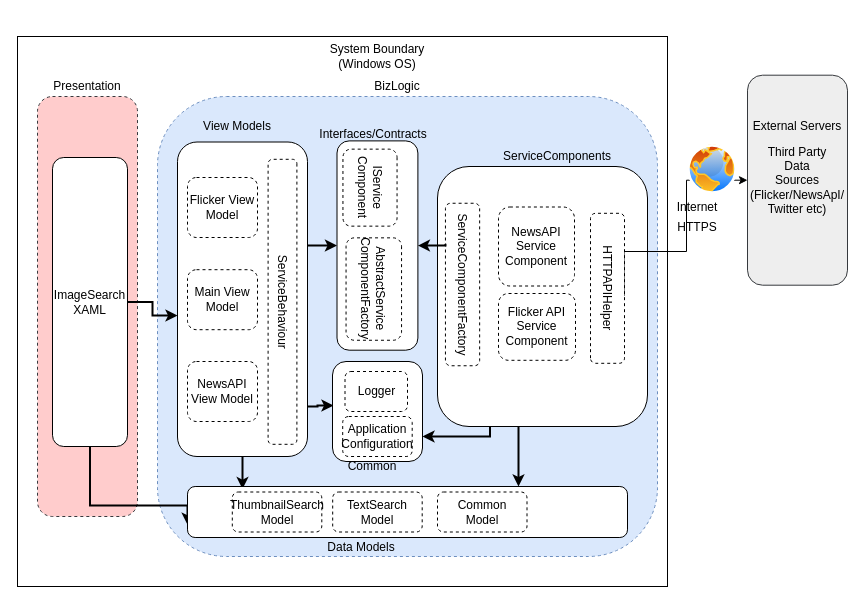
Above: Documents/Source/High level Design.drawio in RoshniVijay/SearchTool (draw.io), before the change. Source tidied: cells renumbered, new cells numbered last; positions are measured from the earlier drawing's top-left corner, leaving out a move shared by most shapes. Both pictures are drawn from the tidied source at 100%, with x=0, y=0 at pixel (17, 36).
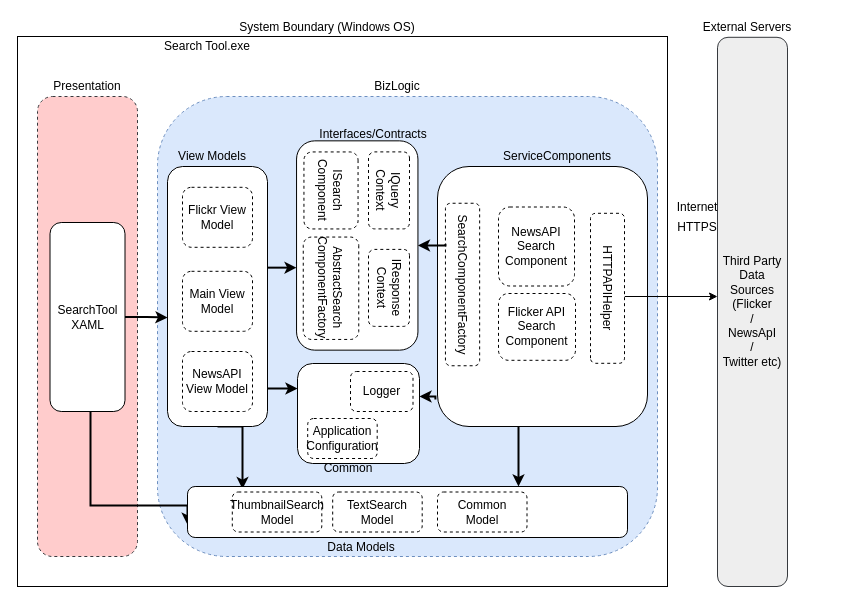
After the change.

Unchanged cells that the change refers to:
```xml
<mxCell id="18" style="rounded=1;whiteSpace=wrap;html=1;" parent="1" vertex="1">
  <mxGeometry x="420" y="130" width="210" height="260" as="geometry" />
</mxCell>
<mxCell id="28" value="&lt;span&gt;HTTPAPIHelper&lt;/span&gt;" style="rounded=1;whiteSpace=wrap;html=1;dashed=1;direction=west;rotation=90;" parent="1" vertex="1">
  <mxGeometry x="515" y="234.8" width="150" height="34" as="geometry" />
</mxCell>
```

What changed in the source:
```diff
@@
-    <mxCell id="2" value="Third Party &lt;br&gt;Data&lt;br&gt;Sources&lt;br&gt;(Flicker/NewsApI/&lt;br&gt;Twitter etc)" style="rounded=1;whiteSpace=wrap;html=1;fillColor=#eeeeee;strokeColor=#36393d;" parent="1" vertex="1">
-      <mxGeometry x="730" y="38.7" width="100" height="210" as="geometry" />
+    <mxCell id="2" value="Third Party &lt;br&gt;Data&lt;br&gt;Sources&lt;br&gt;(Flicker&lt;br&gt;/&lt;br&gt;NewsApI&lt;br&gt;/&lt;br&gt;Twitter etc)" style="rounded=1;whiteSpace=wrap;html=1;fillColor=#eeeeee;strokeColor=#36393d;" parent="1" vertex="1">
+      <mxGeometry x="700" y="0.8" width="70" height="549.2" as="geometry" />
     </mxCell>
@@
     <mxCell id="4" value="System Boundary (Windows OS)" style="text;html=1;strokeColor=none;fillColor=none;align=center;verticalAlign=middle;whiteSpace=wrap;rounded=0;" parent="1" vertex="1">
-      <mxGeometry x="310" y="10" width="100" height="20" as="geometry" />
+      <mxGeometry x="210" y="-19.2" width="200" height="20" as="geometry" />
     </mxCell>
@@
     <mxCell id="7" value="External Servers" style="text;html=1;strokeColor=none;fillColor=none;align=center;verticalAlign=middle;whiteSpace=wrap;rounded=0;" parent="1" vertex="1">
-      <mxGeometry x="730" y="80" width="100" height="20" as="geometry" />
+      <mxGeometry x="680" y="-19.2" width="100" height="20" as="geometry" />
     </mxCell>
     <mxCell id="8" style="rounded=1;whiteSpace=wrap;html=1;dashed=1;fillColor=#ffcccc;strokeColor=#36393d;" parent="1" vertex="1">
-      <mxGeometry x="20" y="60" width="100" height="420" as="geometry" />
+      <mxGeometry x="20" y="60" width="100" height="460" as="geometry" />
     </mxCell>
@@
-    <mxCell id="12" style="edgeStyle=orthogonalEdgeStyle;rounded=0;jettySize=auto;html=1;strokeWidth=2;entryX=0;entryY=0.552;entryDx=0;entryDy=0;entryPerimeter=0;" parent="1" edge="1" source="14" target="17">
+    <mxCell id="12" style="edgeStyle=orthogonalEdgeStyle;rounded=0;jettySize=auto;html=1;strokeWidth=2;entryX=0;entryY=0.581;entryDx=0;entryDy=0;entryPerimeter=0;exitX=1;exitY=0.5;exitDx=0;exitDy=0;" parent="1" edge="1" source="14" target="17">
       <mxGeometry relative="1" as="geometry" />
     </mxCell>
@@
-    <mxCell id="14" value="ImageSearch&lt;br&gt;XAML" style="rounded=1;whiteSpace=wrap;html=1;" parent="1" vertex="1">
-      <mxGeometry x="35" y="121" width="75" height="289" as="geometry" />
+    <mxCell id="14" value="SearchTool&lt;br&gt;XAML" style="rounded=1;whiteSpace=wrap;html=1;" parent="1" vertex="1">
+      <mxGeometry x="32.5" y="186" width="75" height="189" as="geometry" />
     </mxCell>
-    <mxCell id="15" style="edgeStyle=orthogonalEdgeStyle;rounded=0;jettySize=auto;html=1;strokeWidth=2;entryX=0.44;entryY=0.989;entryDx=0;entryDy=0;entryPerimeter=0;" parent="1" edge="1" source="17" target="20">
+    <mxCell id="15" style="edgeStyle=orthogonalEdgeStyle;rounded=0;jettySize=auto;html=1;strokeWidth=2;entryX=0.25;entryY=1;entryDx=0;entryDy=0;" parent="1" edge="1" source="17" target="20">
       <mxGeometry relative="1" as="geometry">
         <Array as="points">
-          <mxPoint x="300" y="370" />
-          <mxPoint x="300" y="369" />
+          <mxPoint x="260" y="352" />
+          <mxPoint x="260" y="352" />
         </Array>
       </mxGeometry>
     </mxCell>
@@
     <mxCell id="17" style="rounded=1;whiteSpace=wrap;html=1;" parent="1" vertex="1">
-      <mxGeometry x="160" y="105.5" width="130" height="314.5" as="geometry" />
+      <mxGeometry x="150" y="130" width="100" height="260" as="geometry" />
     </mxCell>
@@
     <mxCell id="20" style="rounded=1;whiteSpace=wrap;html=1;rotation=90;" parent="1" vertex="1">
-      <mxGeometry x="310" y="330" width="100" height="90" as="geometry" />
+      <mxGeometry x="291" y="316" width="100" height="122" as="geometry" />
     </mxCell>
-    <mxCell id="21" style="edgeStyle=orthogonalEdgeStyle;rounded=0;jettySize=auto;html=1;exitX=0.448;exitY=1;exitDx=0;exitDy=0;exitPerimeter=0;entryX=0;entryY=0.5;entryDx=0;entryDy=0;" parent="1" edge="1" source="28" target="2">
+    <mxCell id="21" style="edgeStyle=orthogonalEdgeStyle;rounded=0;jettySize=auto;html=1;exitX=0.448;exitY=1;exitDx=0;exitDy=0;exitPerimeter=0;" parent="1" edge="1" source="28">
       <mxGeometry relative="1" as="geometry">
+        <mxPoint x="700" y="260" as="targetPoint" />
         <Array as="points">
-          <mxPoint x="669" y="215" />
-          <mxPoint x="669" y="144" />
+          <mxPoint x="700" y="260" />
         </Array>
       </mxGeometry>
     </mxCell>
-    <mxCell id="22" style="perimeter=ellipsePerimeter;html=1;align=center;shadow=0;dashed=0;spacingTop=3;image;image=img/lib/active_directory/internet_globe.svg;" parent="1" vertex="1">
-      <mxGeometry x="670" y="108" width="50" height="50" as="geometry" />
-    </mxCell>
     <mxCell id="23" value="View Models" style="text;html=1;strokeColor=none;fillColor=none;align=center;verticalAlign=middle;whiteSpace=wrap;rounded=0;dashed=1;" parent="1" vertex="1">
-      <mxGeometry x="165" y="80" width="110" height="20" as="geometry" />
+      <mxGeometry x="140" y="110" width="110" height="20" as="geometry" />
     </mxCell>
-    <mxCell id="24" value="Flicker View Model" style="rounded=1;whiteSpace=wrap;html=1;dashed=1;" parent="1" vertex="1">
-      <mxGeometry x="170" y="141" width="70" height="60" as="geometry" />
+    <mxCell id="24" value="Flickr View Model" style="rounded=1;whiteSpace=wrap;html=1;dashed=1;" parent="1" vertex="1">
+      <mxGeometry x="165" y="150.8" width="70" height="60" as="geometry" />
     </mxCell>
     <mxCell id="25" value="Main View Model" style="rounded=1;whiteSpace=wrap;html=1;dashed=1;" parent="1" vertex="1">
-      <mxGeometry x="170" y="233.2" width="70" height="60" as="geometry" />
+      <mxGeometry x="165" y="234.8" width="70" height="60" as="geometry" />
     </mxCell>
     <mxCell id="26" value="&lt;span&gt;NewsAPI View Model&lt;/span&gt;" style="rounded=1;whiteSpace=wrap;html=1;dashed=1;" parent="1" vertex="1">
-      <mxGeometry x="170" y="325" width="70" height="60" as="geometry" />
+      <mxGeometry x="165" y="315" width="70" height="60" as="geometry" />
     </mxCell>
-    <mxCell id="27" value="&lt;span&gt;Flicker API Service Component&lt;/span&gt;" style="rounded=1;whiteSpace=wrap;html=1;dashed=1;" parent="1" vertex="1">
+    <mxCell id="27" value="&lt;span&gt;Flicker API Search Component&lt;/span&gt;" style="rounded=1;whiteSpace=wrap;html=1;dashed=1;" parent="1" vertex="1">
       <mxGeometry x="481" y="257" width="77" height="66.8" as="geometry" />
     </mxCell>
@@
-    <mxCell id="29" value="&lt;span&gt;NewsAPI Service Component&lt;/span&gt;" style="rounded=1;whiteSpace=wrap;html=1;dashed=1;" parent="1" vertex="1">
+    <mxCell id="29" value="&lt;span&gt;NewsAPI Search&lt;br&gt;Component&lt;/span&gt;" style="rounded=1;whiteSpace=wrap;html=1;dashed=1;" parent="1" vertex="1">
       <mxGeometry x="481" y="170.5" width="76" height="79" as="geometry" />
     </mxCell>
-    <mxCell id="30" value="&lt;span&gt;ServiceComponentFactory&lt;/span&gt;" style="rounded=1;whiteSpace=wrap;html=1;dashed=1;rotation=90;" parent="1" vertex="1">
+    <mxCell id="30" value="&lt;span&gt;SearchComponentFactory&lt;/span&gt;" style="rounded=1;whiteSpace=wrap;html=1;dashed=1;rotation=90;" parent="1" vertex="1">
       <mxGeometry x="363.8" y="230.9" width="162.5" height="34.2" as="geometry" />
     </mxCell>
@@
     <mxCell id="32" style="rounded=1;whiteSpace=wrap;html=1;rotation=90;" parent="1" vertex="1">
-      <mxGeometry x="255.3" y="168.6" width="209.3" height="80.9" as="geometry" />
+      <mxGeometry x="235.1" y="148.3" width="209.3" height="121.4" as="geometry" />
     </mxCell>
@@
-    <mxCell id="34" value="IService&lt;br&gt;Component" style="rounded=1;whiteSpace=wrap;html=1;dashed=1;rotation=90;" parent="1" vertex="1">
-      <mxGeometry x="314" y="124.1" width="77" height="54.1" as="geometry" />
+    <mxCell id="34" value="ISearch&lt;br&gt;Component" style="rounded=1;whiteSpace=wrap;html=1;dashed=1;rotation=90;" parent="1" vertex="1">
+      <mxGeometry x="275" y="126.9" width="77" height="54.1" as="geometry" />
     </mxCell>
-    <mxCell id="35" value="ServiceBehaviour" style="rounded=1;whiteSpace=wrap;html=1;dashed=1;rotation=90;" parent="1" vertex="1">
-      <mxGeometry x="122.5" y="250.9" width="285" height="28.8" as="geometry" />
-    </mxCell>
     <mxCell id="36" value="&lt;span&gt;Logger&lt;/span&gt;" style="rounded=1;whiteSpace=wrap;html=1;dashed=1;" parent="1" vertex="1">
-      <mxGeometry x="327.5" y="335" width="62.5" height="40" as="geometry" />
+      <mxGeometry x="333" y="335" width="62.5" height="40" as="geometry" />
     </mxCell>
@@
     <mxCell id="40" value="&lt;span&gt;Application&lt;br&gt;Configuration&lt;/span&gt;" style="rounded=1;whiteSpace=wrap;html=1;dashed=1;" parent="1" vertex="1">
-      <mxGeometry x="325.2" y="380" width="69.5" height="40" as="geometry" />
+      <mxGeometry x="290.2" y="382" width="69.5" height="40" as="geometry" />
     </mxCell>
@@
-    <mxCell id="44" value="&lt;span&gt;AbstractService&lt;br&gt;ComponentFactory&lt;/span&gt;" style="rounded=1;whiteSpace=wrap;html=1;dashed=1;rotation=90;" parent="1" vertex="1">
-      <mxGeometry x="305.1" y="224.8" width="102.4" height="55.5" as="geometry" />
+    <mxCell id="44" value="&lt;span&gt;AbstractSearch&lt;br&gt;ComponentFactory&lt;/span&gt;" style="rounded=1;whiteSpace=wrap;html=1;dashed=1;rotation=90;" parent="1" vertex="1">
+      <mxGeometry x="262.3" y="224" width="102.4" height="55.5" as="geometry" />
     </mxCell>
-    <mxCell id="45" style="edgeStyle=orthogonalEdgeStyle;rounded=0;jettySize=auto;html=1;strokeWidth=2;exitX=0.25;exitY=1;exitDx=0;exitDy=0;entryX=0.75;entryY=0;entryDx=0;entryDy=0;" parent="1" edge="1" source="18" target="20">
+    <mxCell id="45" style="edgeStyle=orthogonalEdgeStyle;rounded=0;jettySize=auto;html=1;strokeWidth=2;exitX=-0.01;exitY=0.896;exitDx=0;exitDy=0;exitPerimeter=0;" parent="1" edge="1" source="18">
       <mxGeometry relative="1" as="geometry">
+        <mxPoint x="402" y="360" as="targetPoint" />
         <Array as="points">
-          <mxPoint x="473" y="400" />
+          <mxPoint x="418" y="360" />
         </Array>
       </mxGeometry>
     </mxCell>
-    <mxCell id="46" style="edgeStyle=orthogonalEdgeStyle;rounded=0;jettySize=auto;html=1;strokeWidth=2;entryX=0.5;entryY=1;entryDx=0;entryDy=0;" parent="1" edge="1" source="17" target="32">
+    <mxCell id="46" style="edgeStyle=orthogonalEdgeStyle;rounded=0;jettySize=auto;html=1;strokeWidth=2;" parent="1" edge="1" source="17" target="32">
       <mxGeometry relative="1" as="geometry">
         <Array as="points">
-          <mxPoint x="300" y="209" />
-          <mxPoint x="300" y="209" />
+          <mxPoint x="260" y="209" />
+          <mxPoint x="260" y="209" />
         </Array>
       </mxGeometry>
     </mxCell>
@@
     <mxCell id="48" value="Common" style="text;html=1;strokeColor=none;fillColor=none;align=center;verticalAlign=middle;whiteSpace=wrap;rounded=0;" parent="1" vertex="1">
-      <mxGeometry x="315.2" y="420" width="80" height="20" as="geometry" />
+      <mxGeometry x="291" y="422" width="80" height="20" as="geometry" />
     </mxCell>
+    <mxCell id="49" value="IQuery&lt;br&gt;Context" style="rounded=1;whiteSpace=wrap;html=1;dashed=1;rotation=90;" parent="1" vertex="1">
+      <mxGeometry x="333" y="133.4" width="77" height="41" as="geometry" />
+    </mxCell>
+    <mxCell id="50" value="IResponse&lt;br&gt;Context" style="rounded=1;whiteSpace=wrap;html=1;dashed=1;rotation=90;" parent="1" vertex="1">
+      <mxGeometry x="333" y="230.9" width="77" height="41" as="geometry" />
+    </mxCell>
+    <mxCell id="51" value="Search Tool.exe" style="text;html=1;strokeColor=none;fillColor=none;align=center;verticalAlign=middle;whiteSpace=wrap;rounded=0;" parent="1" vertex="1">
+      <mxGeometry x="130" width="120" height="20" as="geometry" />
+    </mxCell>
```
